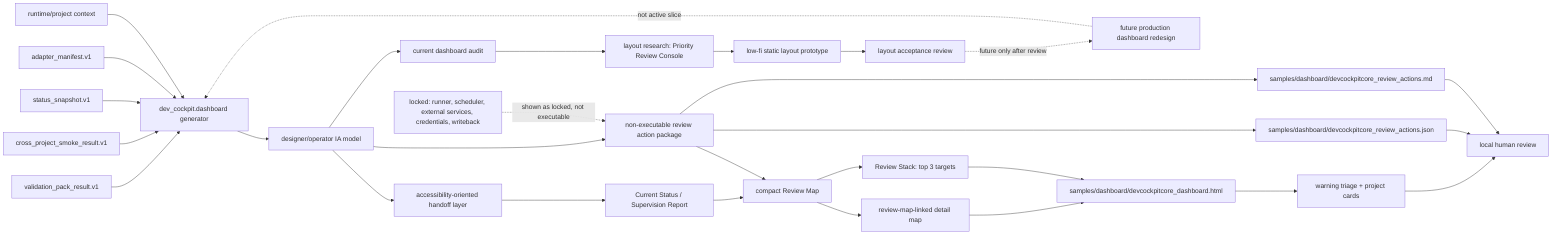
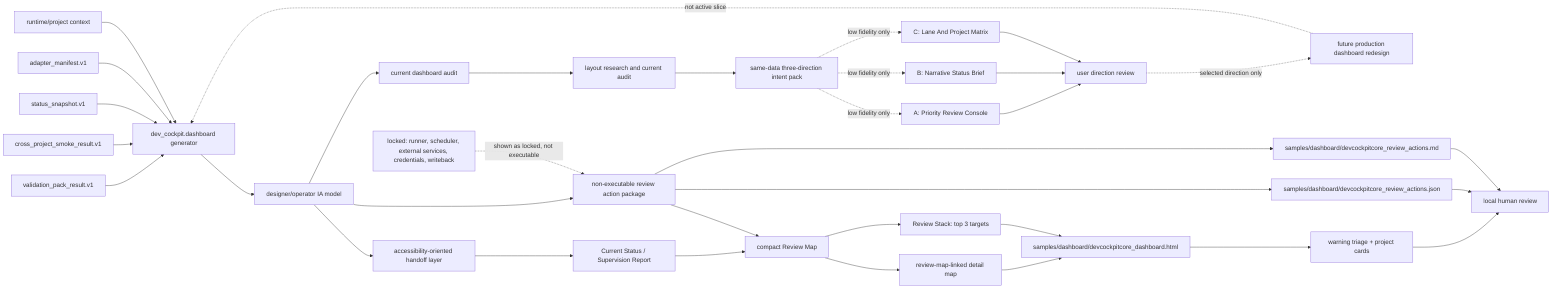
flowchart LR
    VP["validation_pack_result.v1"]
    SM["cross_project_smoke_result.v1"]
    SS["status_snapshot.v1"]
    AD["adapter_manifest.v1"]
    RT["runtime/project context"]
    GEN["dev_cockpit.dashboard generator"]
    IA["designer/operator IA model"]
    AUDIT["current dashboard audit"]
-     RESEARCH["layout research: Priority Review Console"]
-     PROTO["low-fi static layout prototype"]
-     ACCEPT["layout acceptance review"]
+     RESEARCH["layout research and current audit"]
+     INTENT_PACK["same-data three-direction intent pack"]
+     OPTION_A["A: Priority Review Console"]
+     OPTION_B["B: Narrative Status Brief"]
+     OPTION_C["C: Lane And Project Matrix"]
+     USER_REVIEW["user direction review"]
    REDESIGN["future production dashboard redesign"]
    ACT["non-executable review action package"]
    A11Y["accessibility-oriented handoff layer"]
    REPORT["Current Status / Supervision Report"]
    MAP["compact Review Map"]
    STACK["Review Stack: top 3 targets"]
    DETAIL["review-map-linked detail map"]
    HTML["samples/dashboard/devcockpitcore_dashboard.html"]
    JSON["samples/dashboard/devcockpitcore_review_actions.json"]
    MD["samples/dashboard/devcockpitcore_review_actions.md"]
    TRIAGE["warning triage + project cards"]
    REVIEW["local human review"]

    VP --> GEN
    SM --> GEN
    SS --> GEN
    AD --> GEN
    RT --> GEN
    GEN --> IA
    IA --> AUDIT
    AUDIT --> RESEARCH
-     RESEARCH --> PROTO
-     PROTO --> ACCEPT
-     ACCEPT -. "future only after review" .-> REDESIGN
+     RESEARCH --> INTENT_PACK
+     INTENT_PACK -. "low fidelity only" .-> OPTION_A
+     INTENT_PACK -. "low fidelity only" .-> OPTION_B
+     INTENT_PACK -. "low fidelity only" .-> OPTION_C
+     OPTION_A --> USER_REVIEW
+     OPTION_B --> USER_REVIEW
+     OPTION_C --> USER_REVIEW
+     USER_REVIEW -. "selected direction only" .-> REDESIGN
    REDESIGN -. "not active slice" .-> GEN
    IA --> ACT
    IA --> A11Y
    A11Y --> REPORT
    REPORT --> MAP
    MAP --> STACK
    MAP --> DETAIL
    DETAIL --> HTML
    STACK --> HTML
    ACT --> JSON
    ACT --> MD
    ACT --> MAP
    HTML --> TRIAGE
    TRIAGE --> REVIEW
    JSON --> REVIEW
    MD --> REVIEW

    LOCK["locked: runner, scheduler, external services, credentials, writeback"]
    LOCK -. "shown as locked, not executable" .-> ACT
